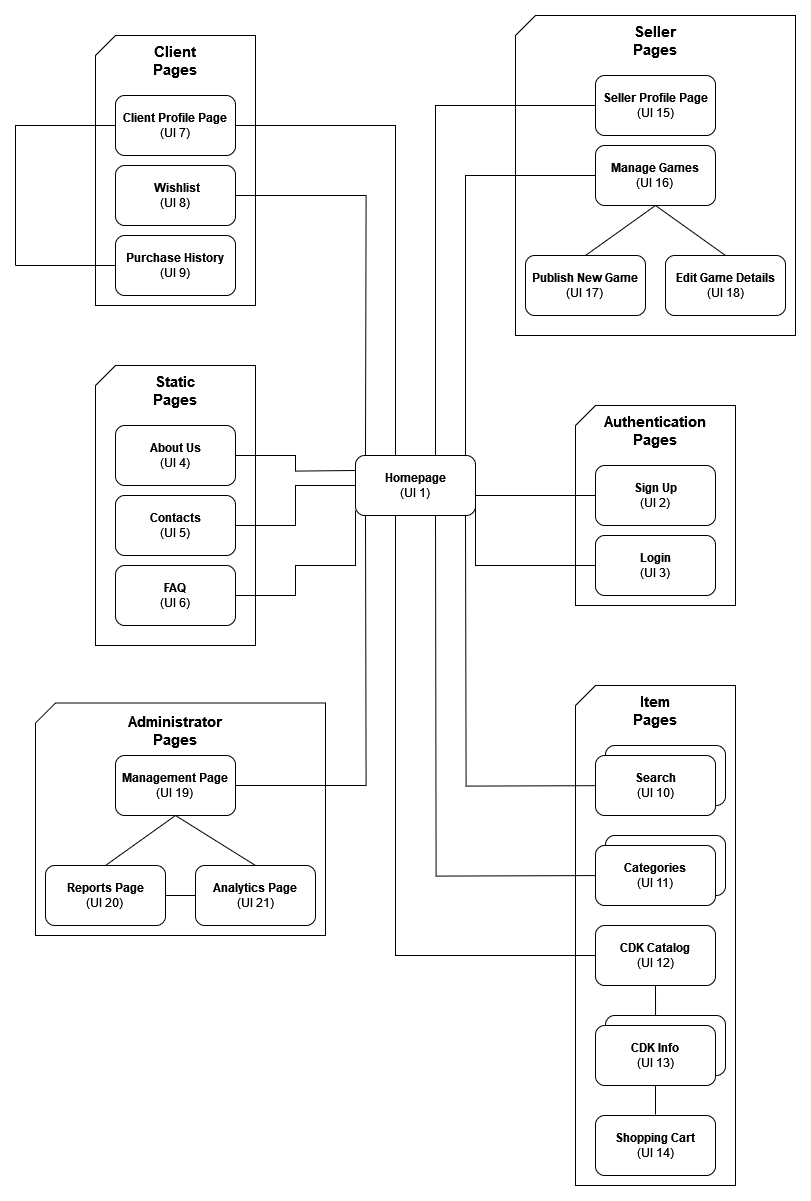
The draw.io diagram assets/sitemap.png in YZ1GO/L.EIC023_LBAW_PRJ, before a commit. Source tidied: cells renumbered, new cells last; positions are measured from the earlier drawing's top-left corner, leaving out a move shared by most shapes.
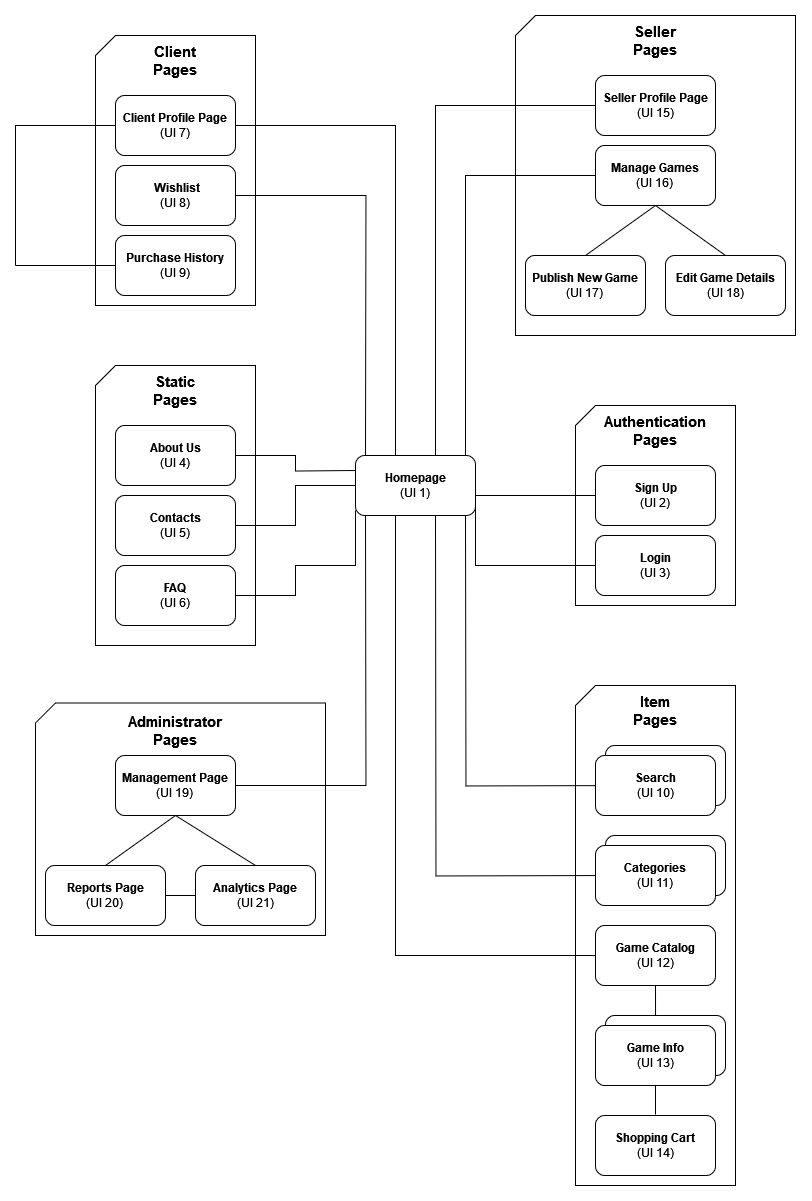
After the commit.

Diff of the diagram source:
```diff
@@ -98,7 +98,7 @@
     <mxCell id="27" style="rounded=1;whiteSpace=wrap;html=1;" parent="1" vertex="1">
       <mxGeometry x="590" y="730" width="120" height="60" as="geometry" />
     </mxCell>
-    <mxCell id="28" value="&lt;div&gt;&lt;b&gt;CDK Catalog&lt;/b&gt;&lt;/div&gt;(UI 12)" style="rounded=1;whiteSpace=wrap;html=1;" parent="1" vertex="1">
+    <mxCell id="28" value="&lt;div&gt;&lt;b&gt;Game Catalog&lt;/b&gt;&lt;/div&gt;(UI 12)" style="rounded=1;whiteSpace=wrap;html=1;" parent="1" vertex="1">
       <mxGeometry x="580" y="910" width="120" height="60" as="geometry" />
     </mxCell>
     <mxCell id="29" style="rounded=1;whiteSpace=wrap;html=1;" parent="1" vertex="1">
@@ -155,7 +155,7 @@
         </Array>
       </mxGeometry>
     </mxCell>
-    <mxCell id="41" value="&lt;div&gt;&lt;b&gt;CDK Info&lt;/b&gt;&lt;/div&gt;(UI 13)" style="rounded=1;whiteSpace=wrap;html=1;" parent="1" vertex="1">
+    <mxCell id="41" value="&lt;div&gt;&lt;b&gt;Game Info&lt;/b&gt;&lt;/div&gt;(UI 13)" style="rounded=1;whiteSpace=wrap;html=1;" parent="1" vertex="1">
       <mxGeometry x="580" y="1010" width="120" height="60" as="geometry" />
     </mxCell>
     <mxCell id="42" style="verticalLabelPosition=bottom;verticalAlign=top;html=1;shape=card;whiteSpace=wrap;size=20;arcSize=12;direction=east;" parent="1" vertex="1">
```
